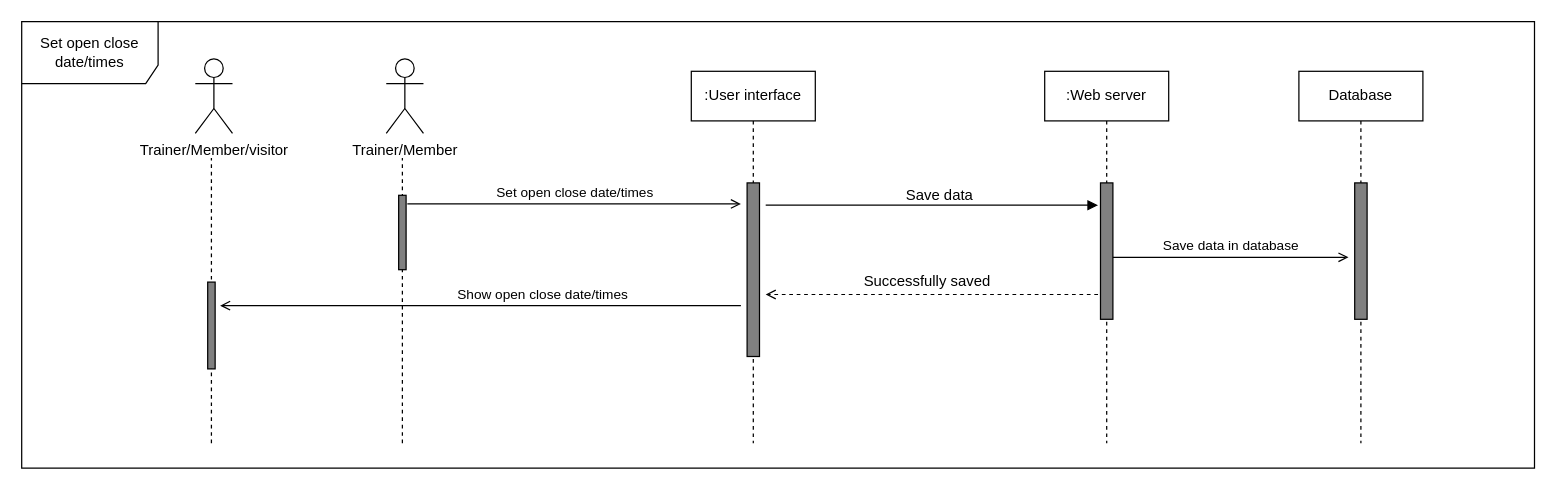
This is page "Page-10" (10 of 13) of Diagram/Sequence Diagram.drawio from AmilaDissanayake/Group_CS21, a draw.io file, before an edit. Source tidied: cells renumbered, new cells numbered last; positions are measured from the earlier drawing's top-left corner, leaving out a move shared by most shapes. Both pictures are drawn from the tidied source at 124%, with x=0, y=0 at pixel (21, 21).
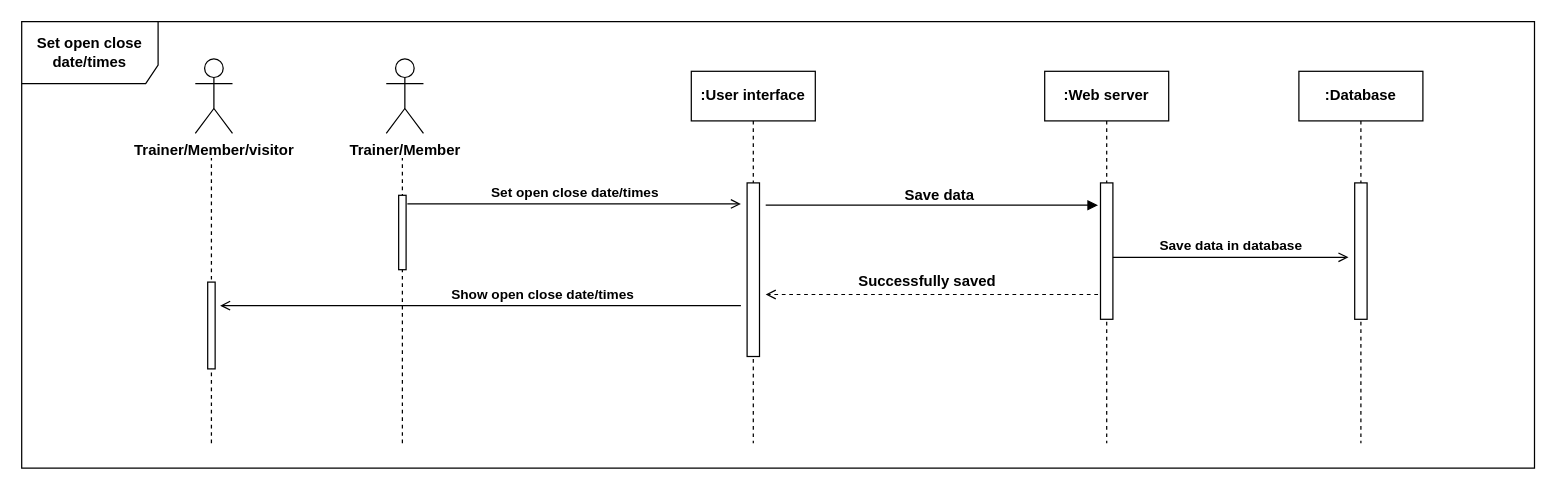
The same page after the edit.

The edit, as a diff of the source:
```diff
@@
+    <mxCell id="21" value="&lt;b&gt;Set open close date/times&lt;/b&gt;" style="shape=umlFrame;whiteSpace=wrap;html=1;width=110;height=50;" parent="1" vertex="1">
+      <mxGeometry width="1220" height="360" as="geometry" />
+    </mxCell>
@@
-    <mxCell id="3" value="Trainer/Member" style="shape=umlActor;verticalLabelPosition=bottom;verticalAlign=top;html=1;" parent="1" vertex="1">
+    <mxCell id="3" value="&lt;b&gt;Trainer/Member&lt;/b&gt;" style="shape=umlActor;verticalLabelPosition=bottom;verticalAlign=top;html=1;" parent="1" vertex="1">
       <mxGeometry x="294" y="30" width="30" height="60" as="geometry" />
     </mxCell>
-    <mxCell id="4" style="html=1;perimeter=orthogonalPerimeter;fillColor=#808080;" parent="1" vertex="1">
+    <mxCell id="4" style="html=1;perimeter=orthogonalPerimeter;fillColor=#FFFFFF;" parent="1" vertex="1">
       <mxGeometry x="304" y="140" width="6" height="60" as="geometry" />
     </mxCell>
-    <mxCell id="5" value=":User interface" style="shape=umlLifeline;perimeter=lifelinePerimeter;whiteSpace=wrap;html=1;" parent="1" vertex="1">
+    <mxCell id="5" value="&lt;b&gt;:User interface&lt;/b&gt;" style="shape=umlLifeline;perimeter=lifelinePerimeter;whiteSpace=wrap;html=1;" parent="1" vertex="1">
       <mxGeometry x="540" y="40" width="100" height="300" as="geometry" />
     </mxCell>
-    <mxCell id="6" style="html=1;perimeter=orthogonalPerimeter;fillColor=#808080;" parent="5" vertex="1">
+    <mxCell id="6" style="html=1;perimeter=orthogonalPerimeter;fillColor=#FFFFFF;" parent="5" vertex="1">
       <mxGeometry x="45" y="90" width="10" height="140" as="geometry" />
     </mxCell>
-    <mxCell id="7" value=":Web server" style="shape=umlLifeline;perimeter=lifelinePerimeter;whiteSpace=wrap;html=1;" parent="1" vertex="1">
+    <mxCell id="7" value="&lt;b&gt;:Web server&lt;/b&gt;" style="shape=umlLifeline;perimeter=lifelinePerimeter;whiteSpace=wrap;html=1;" parent="1" vertex="1">
       <mxGeometry x="825" y="40" width="100" height="300" as="geometry" />
     </mxCell>
-    <mxCell id="8" style="html=1;perimeter=orthogonalPerimeter;fillColor=#808080;" parent="7" vertex="1">
+    <mxCell id="8" style="html=1;perimeter=orthogonalPerimeter;fillColor=#FFFFFF;" parent="7" vertex="1">
       <mxGeometry x="45" y="90" width="10" height="110" as="geometry" />
     </mxCell>
@@
-    <mxCell id="10" value="Trainer/Member/visitor" style="shape=umlActor;verticalLabelPosition=bottom;verticalAlign=top;html=1;" parent="1" vertex="1">
+    <mxCell id="10" value="&lt;b&gt;Trainer/Member/visitor&lt;/b&gt;" style="shape=umlActor;verticalLabelPosition=bottom;verticalAlign=top;html=1;" parent="1" vertex="1">
       <mxGeometry x="140" y="30" width="30" height="60" as="geometry" />
     </mxCell>
-    <mxCell id="11" style="html=1;perimeter=orthogonalPerimeter;fillColor=#808080;" parent="1" vertex="1">
+    <mxCell id="11" style="html=1;perimeter=orthogonalPerimeter;fillColor=#FFFFFF;" parent="1" vertex="1">
       <mxGeometry x="150" y="210" width="6" height="70" as="geometry" />
     </mxCell>
-    <mxCell id="12" value="Set open close date/times" style="html=1;verticalAlign=bottom;labelBackgroundColor=none;endArrow=open;endFill=0;" parent="1" edge="1">
+    <mxCell id="12" value="&lt;b&gt;Set open close date/times&lt;/b&gt;" style="html=1;verticalAlign=bottom;labelBackgroundColor=none;endArrow=open;endFill=0;" parent="1" edge="1">
       <mxGeometry relative="1" as="geometry">
         <mxPoint x="311" y="147" as="sourcePoint" />
         <mxPoint x="580" y="147" as="targetPoint" />
       </mxGeometry>
     </mxCell>
@@
-    <mxCell id="14" value="Save data" style="text;html=1;align=center;verticalAlign=middle;strokeColor=none;" parent="1" vertex="1">
+    <mxCell id="14" value="&lt;b&gt;Save data&lt;/b&gt;" style="text;html=1;align=center;verticalAlign=middle;strokeColor=none;" parent="1" vertex="1">
       <mxGeometry x="705" y="130" width="70" height="20" as="geometry" />
     </mxCell>
@@
-    <mxCell id="16" value="Successfully saved" style="text;html=1;align=center;verticalAlign=middle;strokeColor=none;" parent="1" vertex="1">
-      <mxGeometry x="670" y="200" width="120" height="20" as="geometry" />
+    <mxCell id="16" value="&lt;b&gt;Successfully saved&lt;/b&gt;" style="text;html=1;align=center;verticalAlign=middle;strokeColor=none;" parent="1" vertex="1">
+      <mxGeometry x="665" y="200" width="130" height="20" as="geometry" />
     </mxCell>
-    <mxCell id="17" value="Show open close date/times" style="html=1;verticalAlign=bottom;labelBackgroundColor=none;endArrow=open;endFill=0;" parent="1" edge="1">
+    <mxCell id="17" value="&lt;b&gt;Show open close date/times&lt;/b&gt;" style="html=1;verticalAlign=bottom;labelBackgroundColor=none;endArrow=open;endFill=0;" parent="1" edge="1">
       <mxGeometry x="-0.24" relative="1" as="geometry">
         <mxPoint x="580" y="229" as="sourcePoint" />
         <mxPoint x="160" y="229" as="targetPoint" />
       </mxGeometry>
     </mxCell>
-    <mxCell id="18" value="Database" style="shape=umlLifeline;perimeter=lifelinePerimeter;whiteSpace=wrap;html=1;" parent="1" vertex="1">
+    <mxCell id="18" value="&lt;b&gt;:Database&lt;/b&gt;" style="shape=umlLifeline;perimeter=lifelinePerimeter;whiteSpace=wrap;html=1;" parent="1" vertex="1">
       <mxGeometry x="1030" y="40" width="100" height="300" as="geometry" />
     </mxCell>
-    <mxCell id="19" style="html=1;perimeter=orthogonalPerimeter;fillColor=#808080;" parent="18" vertex="1">
+    <mxCell id="19" style="html=1;perimeter=orthogonalPerimeter;fillColor=#FFFFFF;" parent="18" vertex="1">
       <mxGeometry x="45" y="90" width="10" height="110" as="geometry" />
     </mxCell>
-    <mxCell id="20" value="Save data in database" style="html=1;verticalAlign=bottom;labelBackgroundColor=none;endArrow=open;endFill=0;" parent="1" edge="1">
+    <mxCell id="20" value="&lt;b&gt;Save data in database&lt;/b&gt;" style="html=1;verticalAlign=bottom;labelBackgroundColor=none;endArrow=open;endFill=0;" parent="1" edge="1">
       <mxGeometry relative="1" as="geometry">
         <mxPoint x="880" y="190" as="sourcePoint" />
         <mxPoint x="1070" y="190" as="targetPoint" />
       </mxGeometry>
     </mxCell>
-    <mxCell id="21" value="Set open close date/times" style="shape=umlFrame;whiteSpace=wrap;html=1;width=110;height=50;" parent="1" vertex="1">
-      <mxGeometry width="1220" height="360" as="geometry" />
-    </mxCell>
```
